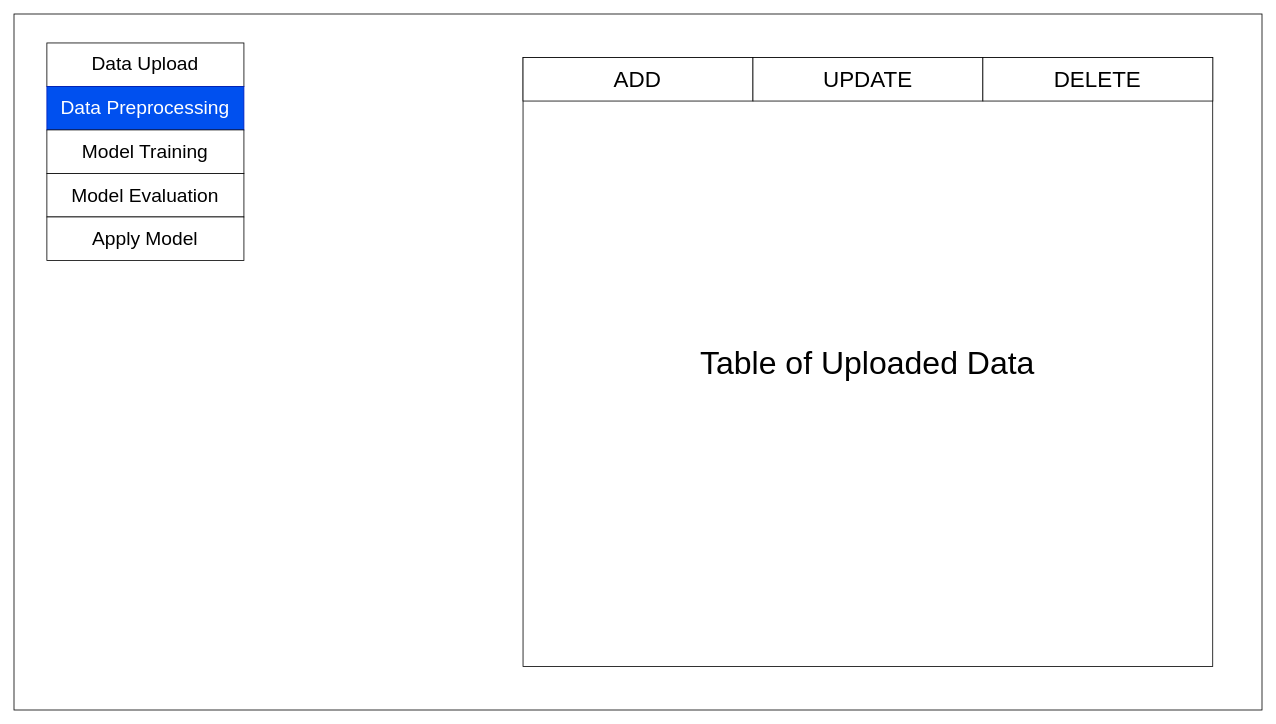
This is page "Data Preprocessing" (2 of 5) of Wireframe_WE.drawio from Peetee06/tnyML, a draw.io file, before an edit. Source tidied: cells renumbered, new cells numbered last; positions are measured from the earlier drawing's top-left corner, leaving out a move shared by most shapes. Both pictures are drawn from the tidied source at 80%, with x=0, y=0 at pixel (14, 14).
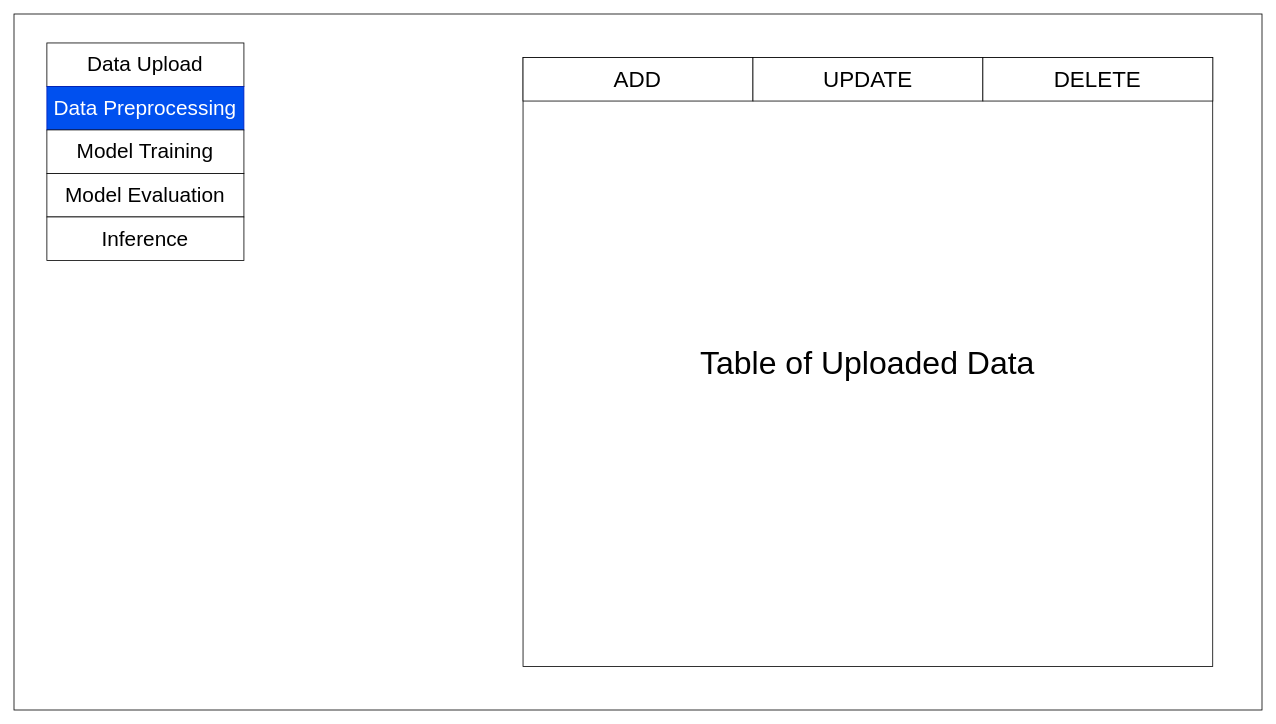
The same diagram, later.

What changed in the source:
```diff
@@
 <mxGraphModel>
   <root>
     <mxCell id="0" />
     <mxCell id="1" parent="0" />
     <mxCell id="2" style="group;" parent="1" vertex="1">
       <mxGeometry width="1560" height="870" as="geometry" />
     </mxCell>
     <mxCell id="3" style="rounded=0;whiteSpace=wrap;html=1;" parent="2" vertex="1">
       <mxGeometry width="1560" height="870" as="geometry" />
     </mxCell>
     <mxCell id="4" style="group;" parent="2" vertex="1">
       <mxGeometry x="41.1" y="36.2" width="246.3" height="271.9" as="geometry" />
     </mxCell>
-    <mxCell id="5" value="&lt;font style=&quot;font-size: 24px&quot;&gt;Data Upload&lt;/font&gt;" style="rounded=0;whiteSpace=wrap;html=1;" parent="4" vertex="1">
+    <mxCell id="5" value="&lt;font style=&quot;font-size: 26px&quot;&gt;Data Upload&lt;/font&gt;" style="rounded=0;whiteSpace=wrap;html=1;" parent="4" vertex="1">
       <mxGeometry width="246.3" height="54.4" as="geometry" />
     </mxCell>
-    <mxCell id="6" value="&lt;font style=&quot;font-size: 24px&quot;&gt;Data Preprocessing&lt;/font&gt;" style="rounded=0;whiteSpace=wrap;html=1;fillColor=#0050ef;fontColor=#ffffff;strokeColor=#001DBC;" parent="4" vertex="1">
+    <mxCell id="6" value="&lt;font style=&quot;font-size: 26px&quot;&gt;Data Preprocessing&lt;/font&gt;" style="rounded=0;whiteSpace=wrap;html=1;fillColor=#0050ef;fontColor=#ffffff;strokeColor=#001DBC;" parent="4" vertex="1">
       <mxGeometry y="54.4" width="246.3" height="54.4" as="geometry" />
     </mxCell>
-    <mxCell id="7" value="&lt;font style=&quot;font-size: 24px&quot;&gt;Model Training&lt;/font&gt;" style="rounded=0;whiteSpace=wrap;html=1;" parent="4" vertex="1">
+    <mxCell id="7" value="&lt;font style=&quot;font-size: 26px&quot;&gt;Model Training&lt;/font&gt;" style="rounded=0;whiteSpace=wrap;html=1;" parent="4" vertex="1">
       <mxGeometry y="108.7" width="246.3" height="54.4" as="geometry" />
     </mxCell>
-    <mxCell id="8" value="&lt;font style=&quot;font-size: 24px&quot;&gt;Model Evaluation&lt;/font&gt;" style="rounded=0;whiteSpace=wrap;html=1;" parent="4" vertex="1">
+    <mxCell id="8" value="&lt;font style=&quot;font-size: 26px&quot;&gt;Model Evaluation&lt;/font&gt;" style="rounded=0;whiteSpace=wrap;html=1;" parent="4" vertex="1">
       <mxGeometry y="163.1" width="246.3" height="54.4" as="geometry" />
     </mxCell>
-    <mxCell id="9" value="&lt;font style=&quot;font-size: 24px&quot;&gt;Apply Model&lt;/font&gt;" style="rounded=0;whiteSpace=wrap;html=1;" parent="4" vertex="1">
+    <mxCell id="9" value="&lt;font style=&quot;font-size: 26px&quot;&gt;Inference&lt;/font&gt;" style="rounded=0;whiteSpace=wrap;html=1;" parent="4" vertex="1">
       <mxGeometry y="217.5" width="246.3" height="54.4" as="geometry" />
     </mxCell>
     <mxCell id="10" value="&lt;div style=&quot;font-size: 40px&quot;&gt;&lt;font style=&quot;font-size: 40px&quot;&gt;Table of Uploaded Data&lt;/font&gt;&lt;/div&gt;" style="rounded=0;whiteSpace=wrap;html=1;" parent="2" vertex="1">
       <mxGeometry x="636.3" y="54.4" width="862.1" height="761.2" as="geometry" />
     </mxCell>
     <mxCell id="11" value="&lt;font style=&quot;font-size: 28px&quot;&gt;ADD&lt;/font&gt;&lt;br&gt;&lt;span style=&quot;white-space: pre&quot;&gt;&lt;/span&gt;" style="rounded=0;whiteSpace=wrap;html=1;" parent="2" vertex="1">
       <mxGeometry x="636.3" y="54.4" width="287.4" height="54.4" as="geometry" />
     </mxCell>
     <mxCell id="12" value="&lt;font style=&quot;font-size: 28px&quot;&gt;UPDATE&lt;/font&gt;" style="rounded=0;whiteSpace=wrap;html=1;" parent="2" vertex="1">
       <mxGeometry x="923.7" y="54.4" width="287.4" height="54.4" as="geometry" />
     </mxCell>
     <mxCell id="13" value="&lt;font style=&quot;font-size: 28px&quot;&gt;DELETE&lt;/font&gt;" style="rounded=0;whiteSpace=wrap;html=1;" parent="2" vertex="1">
       <mxGeometry x="1211.1" y="54.4" width="287.4" height="54.4" as="geometry" />
     </mxCell>
   </root>
 </mxGraphModel>
```
